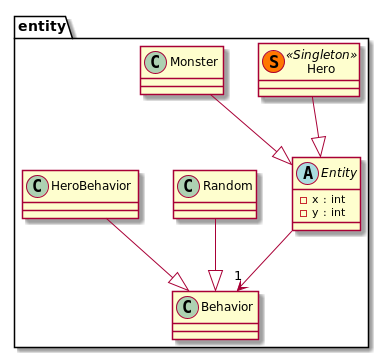
Earlier version of the PlantUML export doc/first_sprint/diagrams/class/character.png (Reynault/ACL_2019_Zelpop).
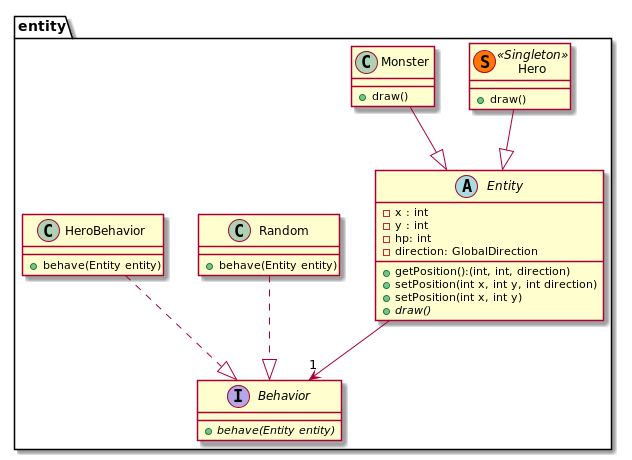
The same file after the commit.

Commit message:
First Sprint : Update diagrams

The edit, as a diff of the source:
```diff
@@ -5,26 +5,32 @@
     abstract Entity{
         - x : int
         - y : int
+        - hp: int
+        - direction: GlobalDirection
+        + getPosition():(int, int, direction)
+        + setPosition(int x, int y, int direction)
+        + setPosition(int x, int y)
+        + {abstract} draw()
     }
 
     class Hero << (S,#FF7700) Singleton >>{
-
+        + draw()
     }
 
     class Monster{
-
+        + draw()
     }
 
-    class Behavior{
-
+    interface Behavior{
+        + {abstract} behave(Entity entity)
     }
 
     class Random{
-
+        + behave(Entity entity)
     }
 
     class HeroBehavior{
-
+        + behave(Entity entity)
     }
 
 }
@@ -32,7 +38,7 @@
 Hero --|> Entity
 Monster --|> Entity
 Entity --> "1" Behavior
-HeroBehavior --|> Behavior
-Random --|> Behavior
+HeroBehavior ..|> Behavior
+Random ..|> Behavior
 
 @enduml
```
